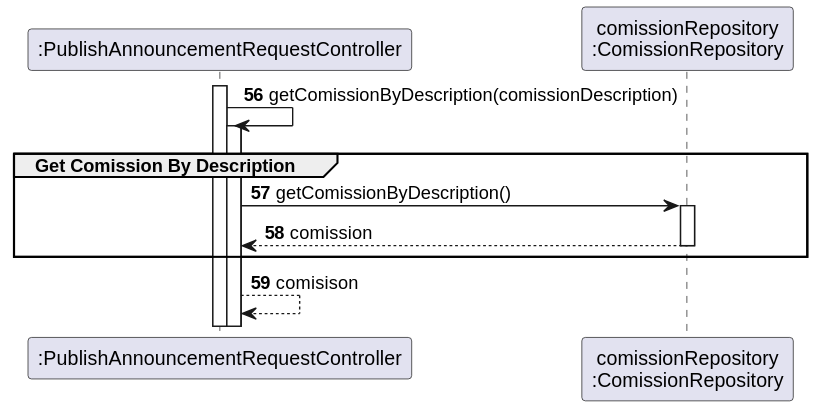
Above: docs/sprintC/US08/03.design/svg/us08-sequence-diagram-partial-getComission.svg in PureNimble/ISEP-LAPR2 (PlantUML), before the change. Its diagram source:
```plantuml
@startuml

participant ":PublishAnnouncementRequestController" as PublishAnnouncementRequestController
participant "comissionRepository\n:ComissionRepository" as ComissionRepository

autonumber 56

activate PublishAnnouncementRequestController
PublishAnnouncementRequestController -> PublishAnnouncementRequestController:getComissionByDescription(comissionDescription)


Group Get Comission By Description

activate PublishAnnouncementRequestController

activate PublishAnnouncementRequestController

PublishAnnouncementRequestController -> ComissionRepository:getComissionByDescription()
activate ComissionRepository

PublishAnnouncementRequestController <-- ComissionRepository:comission
deactivate ComissionRepository

end
PublishAnnouncementRequestController --> PublishAnnouncementRequestController:comisison
@enduml
```
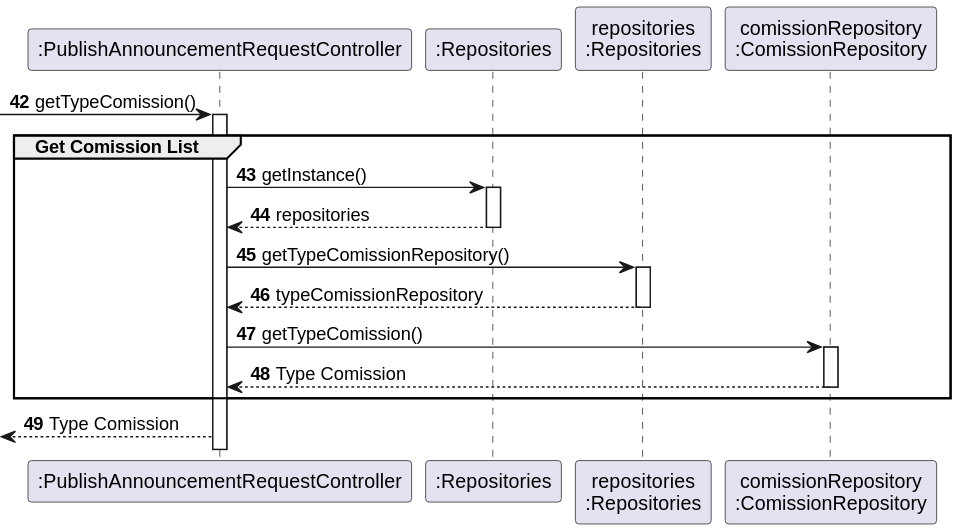
After the commit.

Commit message:
US08-Trying to correct the error of not showing some svg on bitbucket

What changed in the source:
```diff
@@ -1,26 +1,40 @@
 @startuml
 
 participant ":PublishAnnouncementRequestController" as PublishAnnouncementRequestController
+participant ":Repositories" as Singleton
+participant "repositories\n:Repositories" as repositories
 participant "comissionRepository\n:ComissionRepository" as ComissionRepository
 
-autonumber 56
 
-activate PublishAnnouncementRequestController
-PublishAnnouncementRequestController -> PublishAnnouncementRequestController:getComissionByDescription(comissionDescription)
+autonumber 42
 
 
-Group Get Comission By Description
 
-activate PublishAnnouncementRequestController
+ -> PublishAnnouncementRequestController : getTypeComission()
 
-activate PublishAnnouncementRequestController
+           Group  Get Comission List
 
-PublishAnnouncementRequestController -> ComissionRepository:getComissionByDescription()
-activate ComissionRepository
+           activate PublishAnnouncementRequestController
 
-PublishAnnouncementRequestController <-- ComissionRepository:comission
-deactivate ComissionRepository
+           PublishAnnouncementRequestController -> Singleton : getInstance()
+           activate Singleton
+
+           Singleton --> PublishAnnouncementRequestController : repositories
+           deactivate Singleton
+
+           PublishAnnouncementRequestController -> repositories : getTypeComissionRepository()
+           activate repositories
+
+           repositories --> PublishAnnouncementRequestController : typeComissionRepository
+           deactivate repositories
+
+               PublishAnnouncementRequestController -> ComissionRepository : getTypeComission()
+                activate ComissionRepository
+
+                ComissionRepository --> PublishAnnouncementRequestController : Type Comission
+                deactivate ComissionRepository
 
 end
-PublishAnnouncementRequestController --> PublishAnnouncementRequestController:comisison
+
+   <-- PublishAnnouncementRequestController  : Type Comission
 @enduml
```
